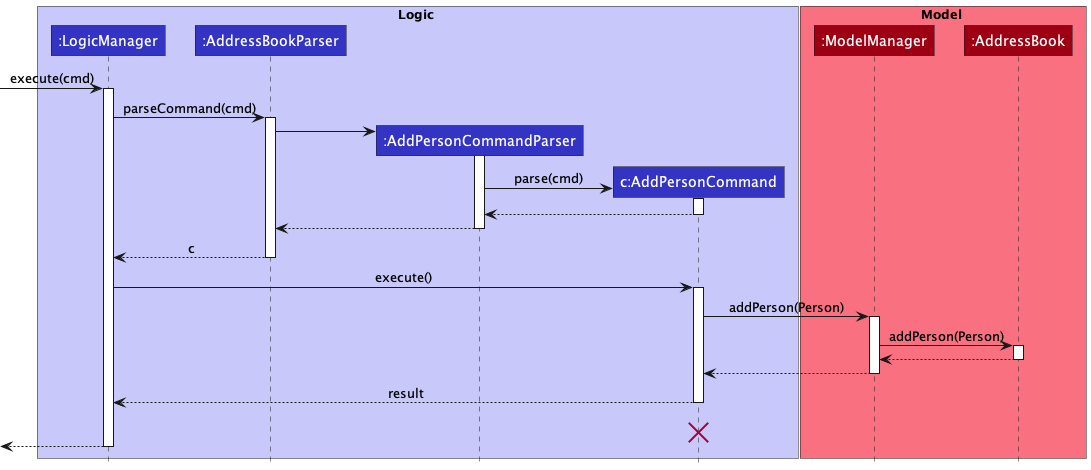
Before: docs/images/AddPersonSequenceDiagram.png, a diagram exported from PlantUML (nus-cs2103-AY2223S1/tp).
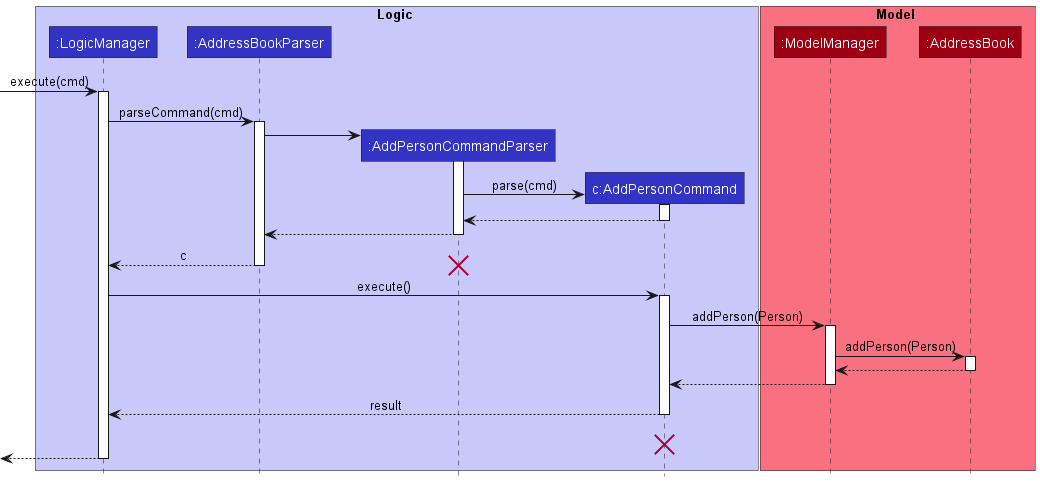
Above is the later version.

The edit, as a diff of the source:
```diff
@@ -35,6 +35,7 @@
 
 AddressBookParser --> LogicManager : c
 deactivate AddressBookParser
+destroy AddPersonCommandParser
 
 LogicManager -> AddPersonCommand : execute()
 activate AddPersonCommand
```
